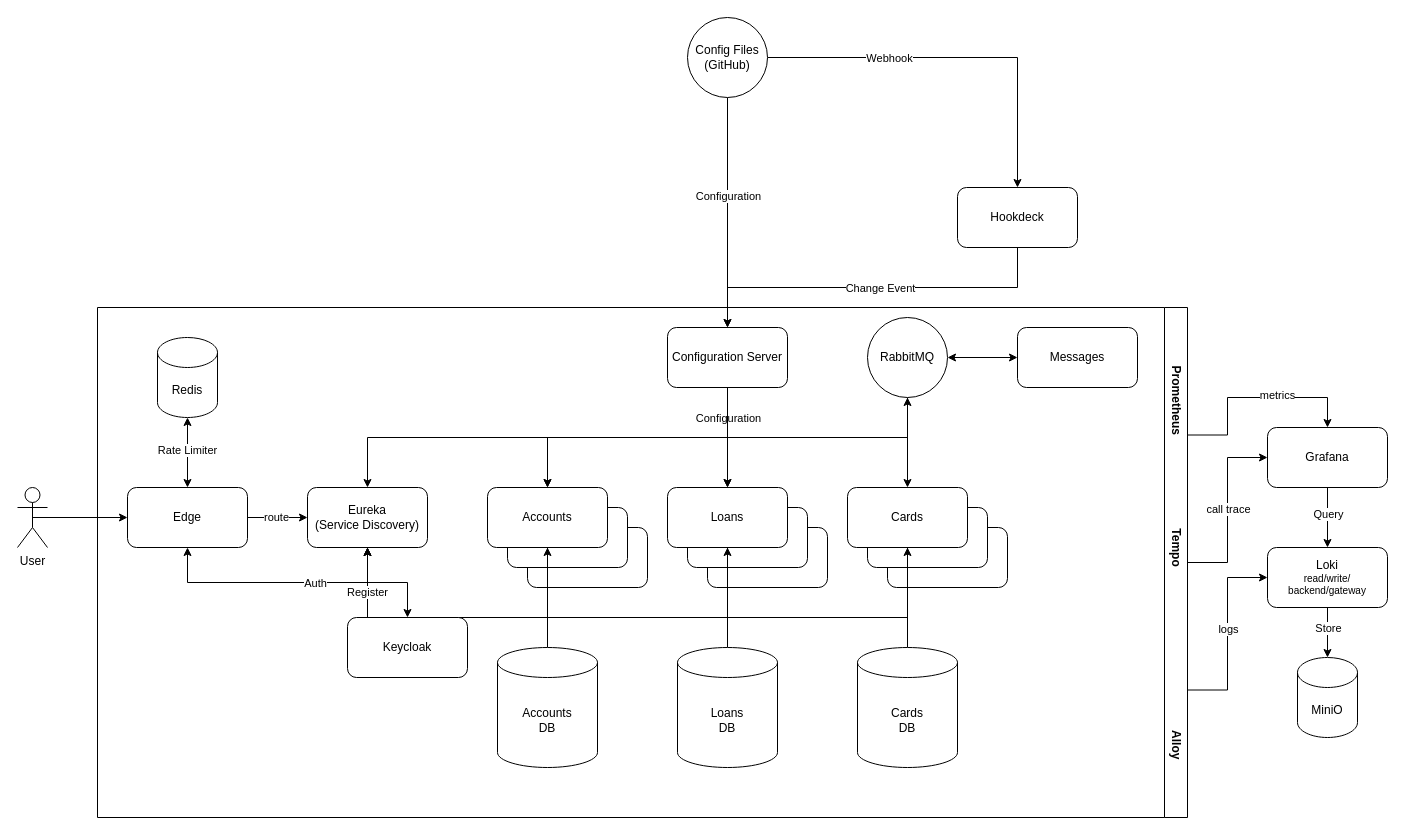
This is spring-microservices/architecture.drawio from vkondrav/spring-boot, a draw.io file, before an edit. Source tidied: cells renumbered, new cells numbered last; positions are measured from the earlier drawing's top-left corner, leaving out a move shared by most shapes. Both pictures are drawn from the tidied source at 100%, with x=0, y=0 at pixel (17, 17).
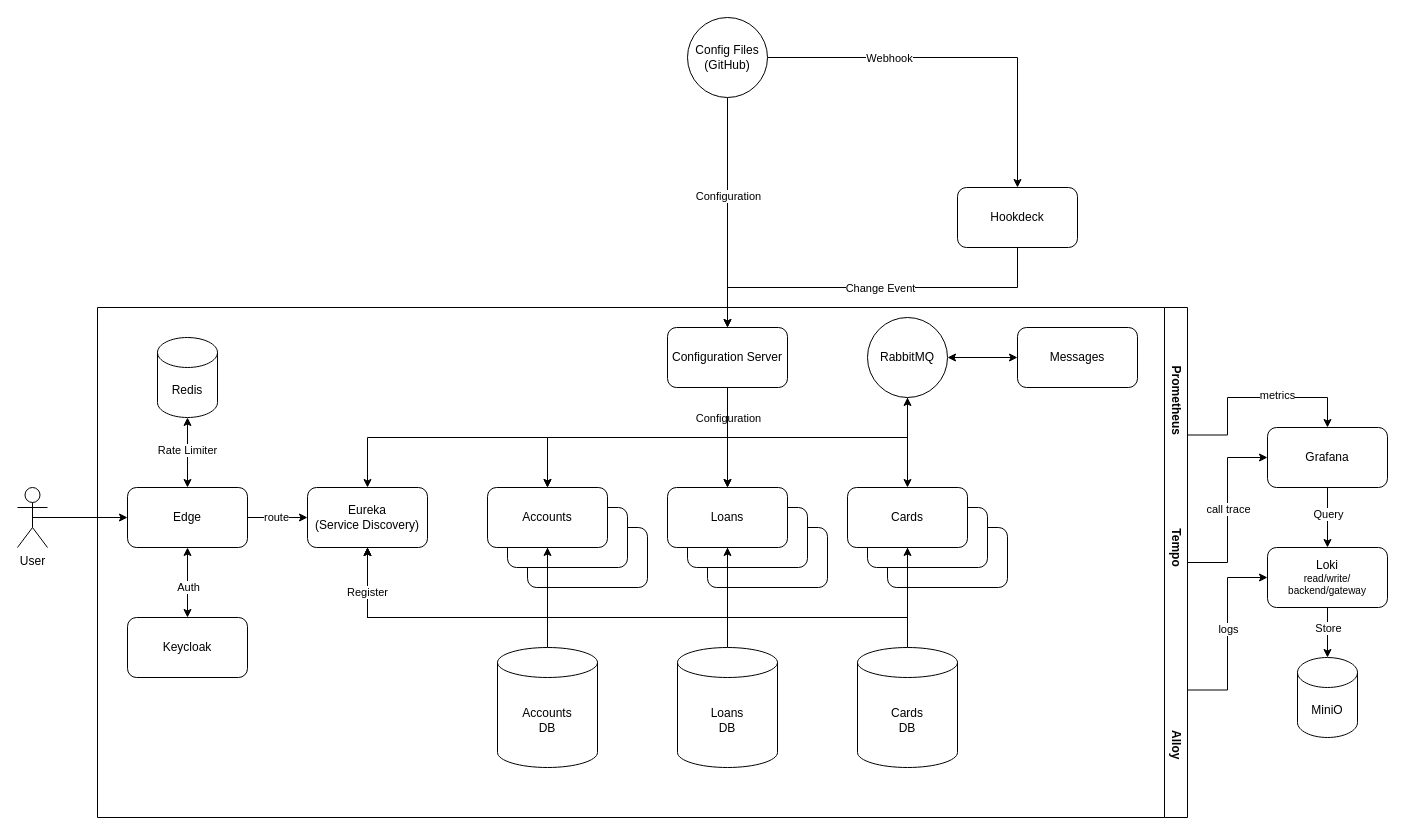
The same page after the edit.

The change refers to these unchanged cells:
```xml
<mxCell id="61" value="Prometheus&amp;nbsp; &amp;nbsp; &amp;nbsp; &amp;nbsp; &amp;nbsp; &amp;nbsp; &amp;nbsp; &amp;nbsp; &amp;nbsp; &amp;nbsp; &amp;nbsp; &amp;nbsp; &amp;nbsp; &amp;nbsp; Tempo&amp;nbsp; &amp;nbsp; &amp;nbsp; &amp;nbsp; &amp;nbsp; &amp;nbsp; &amp;nbsp; &amp;nbsp; &amp;nbsp; &amp;nbsp; &amp;nbsp; &amp;nbsp; &amp;nbsp; &amp;nbsp; &amp;nbsp; &amp;nbsp; &amp;nbsp; &amp;nbsp; &amp;nbsp; &amp;nbsp; &amp;nbsp; &amp;nbsp; &amp;nbsp; &amp;nbsp; &amp;nbsp;Alloy" style="swimlane;horizontal=0;whiteSpace=wrap;html=1;rotation=-180;" parent="1" vertex="1">
  <mxGeometry x="80" y="290" width="1090" height="510" as="geometry" />
</mxCell>
```

What changed in the source:
```diff
@@
-    <mxCell id="62" value="Keycloak" style="rounded=1;whiteSpace=wrap;html=1;" parent="1" vertex="1">
-      <mxGeometry x="330" y="600" width="120" height="60" as="geometry" />
+    <mxCell id="62" value="Keycloak" style="rounded=1;whiteSpace=wrap;html=1;" parent="61" vertex="1">
+      <mxGeometry x="30" y="310" width="120" height="60" as="geometry" />
     </mxCell>
```
